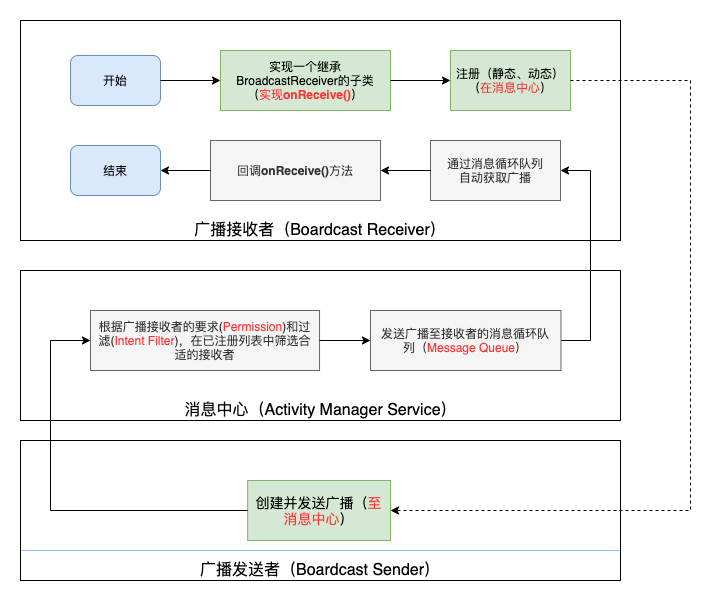
Above: BlogPictures/pictures/broadcast_receiver.png in Yunze-Li/BlogPictures (draw.io), before the change. Source tidied: cells renumbered, new cells last; positions are measured from the earlier drawing's top-left corner, leaving out a move shared by most shapes. Source of this version:
```xml
<mxGraphModel>
  <root>
    <mxCell id="0" />
    <mxCell id="1" parent="0" />
    <mxCell id="2" style="group;" parent="1" vertex="1">
      <mxGeometry width="670" height="560" as="geometry" />
    </mxCell>
    <mxCell id="3" style="rounded=0;whiteSpace=wrap;html=1;strokeWidth=1;fontSize=20;align=left;fillColor=none;" parent="2" vertex="1">
      <mxGeometry width="600" height="220" as="geometry" />
    </mxCell>
    <mxCell id="4" value="开始" style="rounded=1;whiteSpace=wrap;html=1;fillColor=#dae8fc;strokeColor=#6c8ebf;" parent="2" vertex="1">
      <mxGeometry x="50" y="35" width="90" height="50" as="geometry" />
    </mxCell>
    <mxCell id="5" value="实现一个继承BroadcastReceiver的子类（&lt;font color=&quot;#ff3333&quot;&gt;实现&lt;b&gt;onReceive()&lt;/b&gt;&lt;/font&gt;）" style="rounded=0;whiteSpace=wrap;html=1;spacingLeft=5;spacingRight=5;fillColor=#d5e8d4;strokeColor=#82b366;" parent="2" vertex="1">
      <mxGeometry x="200" y="30" width="170" height="60" as="geometry" />
    </mxCell>
    <mxCell id="6" style="edgeStyle=orthogonalEdgeStyle;rounded=0;jettySize=auto;html=1;fontSize=16;fontColor=#009900;" parent="2" edge="1" source="4" target="5">
      <mxGeometry x="-20" y="-10" as="geometry" />
    </mxCell>
    <mxCell id="7" value="注册（静态、动态）（&lt;font color=&quot;#ff3333&quot;&gt;在消息中心&lt;/font&gt;）" style="rounded=0;whiteSpace=wrap;html=1;spacingLeft=5;spacingRight=5;fillColor=#d5e8d4;strokeColor=#82b366;" parent="2" vertex="1">
      <mxGeometry x="430" y="30" width="120" height="60" as="geometry" />
    </mxCell>
    <mxCell id="8" style="edgeStyle=orthogonalEdgeStyle;rounded=0;jettySize=auto;html=1;fontSize=16;fontColor=#009900;" parent="2" edge="1" source="5" target="7">
      <mxGeometry x="-20" y="-10" as="geometry" />
    </mxCell>
    <mxCell id="9" value="通过消息循环队列自动获取广播" style="rounded=0;whiteSpace=wrap;html=1;spacingLeft=15;spacingRight=15;fillColor=#f5f5f5;strokeColor=#666666;fontColor=#333333;fontSize=12;" parent="2" vertex="1">
      <mxGeometry x="410" y="120" width="130" height="60" as="geometry" />
    </mxCell>
    <mxCell id="10" value="回调&lt;b&gt;onReceive()&lt;/b&gt;方法" style="rounded=0;whiteSpace=wrap;html=1;spacingLeft=15;spacingRight=15;fillColor=#f5f5f5;strokeColor=#666666;fontColor=#333333;fontSize=12;" parent="2" vertex="1">
      <mxGeometry x="190" y="120" width="170" height="60" as="geometry" />
    </mxCell>
    <mxCell id="11" style="edgeStyle=orthogonalEdgeStyle;rounded=0;jettySize=auto;html=1;fontSize=12;fontColor=#009900;" parent="2" edge="1" source="9" target="10">
      <mxGeometry relative="1" as="geometry" />
    </mxCell>
    <mxCell id="12" value="结束" style="rounded=1;whiteSpace=wrap;html=1;fillColor=#dae8fc;strokeColor=#6c8ebf;" parent="2" vertex="1">
      <mxGeometry x="50" y="125" width="90" height="50" as="geometry" />
    </mxCell>
    <mxCell id="13" style="edgeStyle=orthogonalEdgeStyle;rounded=0;jettySize=auto;html=1;fontSize=12;fontColor=#009900;" parent="2" edge="1" source="10" target="12">
      <mxGeometry relative="1" as="geometry" />
    </mxCell>
    <mxCell id="14" value="&lt;span style=&quot;font-size: 16px;&quot;&gt;广播接收者（Boardcast Receiver）&lt;/span&gt;" style="text;html=1;strokeColor=none;fillColor=none;align=center;verticalAlign=middle;whiteSpace=wrap;rounded=0;fontSize=16;" parent="2" vertex="1">
      <mxGeometry x="150" y="200" width="300" height="20" as="geometry" />
    </mxCell>
    <mxCell id="15" style="group;dashed=1;dashPattern=1 1;strokeColor=#007FFF;" parent="2" vertex="1">
      <mxGeometry y="420" width="600" height="110" as="geometry" />
    </mxCell>
    <mxCell id="16" style="rounded=0;whiteSpace=wrap;html=1;strokeWidth=1;fillColor=none;fontSize=20;align=left;" parent="2" vertex="1">
      <mxGeometry y="250" width="600" height="150" as="geometry" />
    </mxCell>
    <mxCell id="17" value="&lt;font style=&quot;font-size: 16px;&quot;&gt;消息中心（Activity Manager Service）&lt;/font&gt;" style="text;html=1;strokeColor=none;fillColor=none;align=center;verticalAlign=middle;whiteSpace=wrap;rounded=0;fontSize=16;" parent="2" vertex="1">
      <mxGeometry x="152.7" y="380" width="294.5" height="20" as="geometry" />
    </mxCell>
    <mxCell id="18" value="根据广播接收者的要求(&lt;font color=&quot;#ff3333&quot;&gt;Permission&lt;/font&gt;)和过滤(&lt;font color=&quot;#ff3333&quot;&gt;Intent Filter&lt;/font&gt;)，在已注册列表中筛选合适的接收者" style="rounded=0;whiteSpace=wrap;html=1;spacingLeft=5;spacingRight=5;fillColor=#f5f5f5;strokeColor=#666666;fontColor=#333333;" parent="2" vertex="1">
      <mxGeometry x="70" y="290" width="229.1" height="60" as="geometry" />
    </mxCell>
    <mxCell id="19" style="edgeStyle=orthogonalEdgeStyle;rounded=0;jettySize=auto;html=1;entryX=1;entryY=0.5;entryDx=0;entryDy=0;fontSize=12;fontColor=#009900;" parent="2" edge="1" source="20" target="9">
      <mxGeometry relative="1" as="geometry">
        <Array as="points">
          <mxPoint x="570" y="320" />
          <mxPoint x="570" y="150" />
        </Array>
      </mxGeometry>
    </mxCell>
    <mxCell id="20" value="发送广播至接收者的消息循环队列（&lt;font color=&quot;#ff3333&quot;&gt;Message Queue&lt;/font&gt;）" style="rounded=0;whiteSpace=wrap;html=1;spacingLeft=5;spacingRight=5;fillColor=#f5f5f5;strokeColor=#666666;fontColor=#333333;fontSize=12;" parent="2" vertex="1">
      <mxGeometry x="350" y="290" width="190.5" height="60" as="geometry" />
    </mxCell>
    <mxCell id="21" style="edgeStyle=orthogonalEdgeStyle;rounded=0;jettySize=auto;html=1;exitX=1;exitY=0.5;exitDx=0;exitDy=0;entryX=0;entryY=0.5;entryDx=0;entryDy=0;fontSize=12;fontColor=#009900;" parent="2" edge="1" source="18" target="20">
      <mxGeometry y="250" as="geometry" />
    </mxCell>
    <mxCell id="22" style="rounded=0;whiteSpace=wrap;html=1;strokeWidth=1;fillColor=none;fontSize=20;align=left;" parent="2" vertex="1">
      <mxGeometry y="420" width="600" height="140" as="geometry" />
    </mxCell>
    <mxCell id="23" value="&lt;font style=&quot;font-size: 16px;&quot;&gt;广播发送者（Boardcast Sender）&lt;/font&gt;" style="text;html=1;strokeColor=none;fillColor=none;align=center;verticalAlign=middle;whiteSpace=wrap;rounded=0;fontSize=16;" parent="2" vertex="1">
      <mxGeometry x="155.2" y="540" width="289.5" height="20" as="geometry" />
    </mxCell>
    <mxCell id="24" value="创建并发送广播（&lt;font color=&quot;#ff3333&quot; style=&quot;font-size: 14px;&quot;&gt;至消息中心&lt;/font&gt;）" style="rounded=0;whiteSpace=wrap;html=1;spacingLeft=5;spacingRight=5;fillColor=#d5e8d4;strokeColor=#82b366;fontSize=14;" parent="2" vertex="1">
      <mxGeometry x="227.1" y="460" width="142.9" height="60" as="geometry" />
    </mxCell>
    <mxCell id="25" style="edgeStyle=orthogonalEdgeStyle;rounded=0;jettySize=auto;html=1;fontSize=14;fontColor=#009900;dashed=1;entryX=1;entryY=0.5;entryDx=0;entryDy=0;" parent="2" edge="1" source="7" target="24">
      <mxGeometry relative="1" as="geometry">
        <Array as="points">
          <mxPoint x="670" y="60" />
          <mxPoint x="670" y="490" />
        </Array>
      </mxGeometry>
    </mxCell>
    <mxCell id="26" style="edgeStyle=orthogonalEdgeStyle;rounded=0;jettySize=auto;html=1;entryX=0;entryY=0.5;entryDx=0;entryDy=0;fontSize=12;fontColor=#009900;exitX=0;exitY=0.5;exitDx=0;exitDy=0;" parent="2" edge="1" source="24" target="18">
      <mxGeometry x="-20" y="-10" as="geometry">
        <Array as="points">
          <mxPoint x="30" y="490" />
          <mxPoint x="30" y="320" />
        </Array>
      </mxGeometry>
    </mxCell>
  </root>
</mxGraphModel>
```
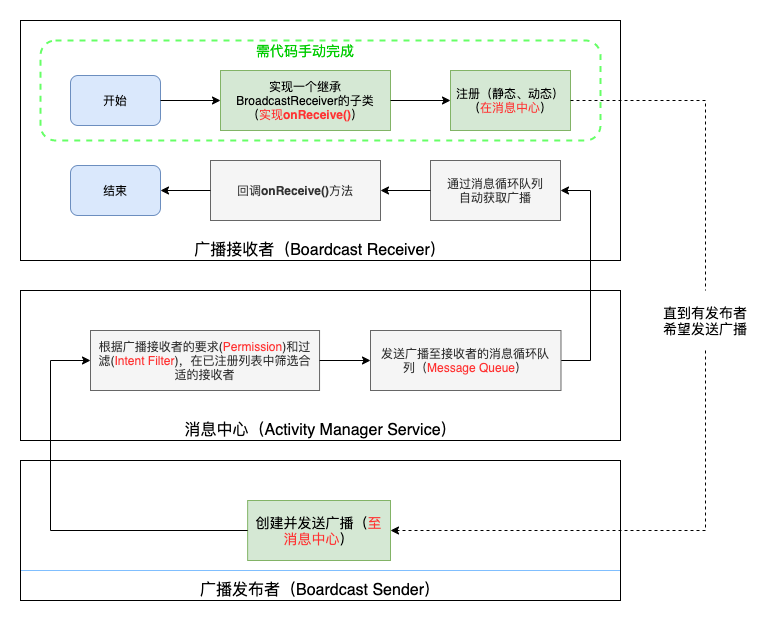
Later version of the same file.

Commit message:
update broadcast receiver image

Change to the diagram source:
```diff
@@ -3,94 +3,105 @@
     <mxCell id="0" />
     <mxCell id="1" parent="0" />
     <mxCell id="2" style="group;" parent="1" vertex="1">
-      <mxGeometry width="670" height="560" as="geometry" />
+      <mxGeometry width="730" height="580" as="geometry" />
     </mxCell>
     <mxCell id="3" style="rounded=0;whiteSpace=wrap;html=1;strokeWidth=1;fontSize=20;align=left;fillColor=none;" parent="2" vertex="1">
-      <mxGeometry width="600" height="220" as="geometry" />
+      <mxGeometry width="600" height="240" as="geometry" />
     </mxCell>
     <mxCell id="4" value="开始" style="rounded=1;whiteSpace=wrap;html=1;fillColor=#dae8fc;strokeColor=#6c8ebf;" parent="2" vertex="1">
-      <mxGeometry x="50" y="35" width="90" height="50" as="geometry" />
+      <mxGeometry x="50" y="55" width="90" height="50" as="geometry" />
     </mxCell>
     <mxCell id="5" value="实现一个继承BroadcastReceiver的子类（&lt;font color=&quot;#ff3333&quot;&gt;实现&lt;b&gt;onReceive()&lt;/b&gt;&lt;/font&gt;）" style="rounded=0;whiteSpace=wrap;html=1;spacingLeft=5;spacingRight=5;fillColor=#d5e8d4;strokeColor=#82b366;" parent="2" vertex="1">
-      <mxGeometry x="200" y="30" width="170" height="60" as="geometry" />
+      <mxGeometry x="200" y="50" width="170" height="60" as="geometry" />
     </mxCell>
     <mxCell id="6" style="edgeStyle=orthogonalEdgeStyle;rounded=0;jettySize=auto;html=1;fontSize=16;fontColor=#009900;" parent="2" edge="1" source="4" target="5">
-      <mxGeometry x="-20" y="-10" as="geometry" />
+      <mxGeometry x="-20" y="10" as="geometry" />
     </mxCell>
     <mxCell id="7" value="注册（静态、动态）（&lt;font color=&quot;#ff3333&quot;&gt;在消息中心&lt;/font&gt;）" style="rounded=0;whiteSpace=wrap;html=1;spacingLeft=5;spacingRight=5;fillColor=#d5e8d4;strokeColor=#82b366;" parent="2" vertex="1">
-      <mxGeometry x="430" y="30" width="120" height="60" as="geometry" />
+      <mxGeometry x="430" y="50" width="120" height="60" as="geometry" />
     </mxCell>
     <mxCell id="8" style="edgeStyle=orthogonalEdgeStyle;rounded=0;jettySize=auto;html=1;fontSize=16;fontColor=#009900;" parent="2" edge="1" source="5" target="7">
-      <mxGeometry x="-20" y="-10" as="geometry" />
+      <mxGeometry x="-20" y="10" as="geometry" />
     </mxCell>
     <mxCell id="9" value="通过消息循环队列自动获取广播" style="rounded=0;whiteSpace=wrap;html=1;spacingLeft=15;spacingRight=15;fillColor=#f5f5f5;strokeColor=#666666;fontColor=#333333;fontSize=12;" parent="2" vertex="1">
-      <mxGeometry x="410" y="120" width="130" height="60" as="geometry" />
+      <mxGeometry x="410" y="140" width="130" height="60" as="geometry" />
     </mxCell>
     <mxCell id="10" value="回调&lt;b&gt;onReceive()&lt;/b&gt;方法" style="rounded=0;whiteSpace=wrap;html=1;spacingLeft=15;spacingRight=15;fillColor=#f5f5f5;strokeColor=#666666;fontColor=#333333;fontSize=12;" parent="2" vertex="1">
-      <mxGeometry x="190" y="120" width="170" height="60" as="geometry" />
+      <mxGeometry x="190" y="140" width="170" height="60" as="geometry" />
     </mxCell>
     <mxCell id="11" style="edgeStyle=orthogonalEdgeStyle;rounded=0;jettySize=auto;html=1;fontSize=12;fontColor=#009900;" parent="2" edge="1" source="9" target="10">
-      <mxGeometry relative="1" as="geometry" />
+      <mxGeometry y="20" as="geometry" />
     </mxCell>
     <mxCell id="12" value="结束" style="rounded=1;whiteSpace=wrap;html=1;fillColor=#dae8fc;strokeColor=#6c8ebf;" parent="2" vertex="1">
-      <mxGeometry x="50" y="125" width="90" height="50" as="geometry" />
+      <mxGeometry x="50" y="145" width="90" height="50" as="geometry" />
     </mxCell>
     <mxCell id="13" style="edgeStyle=orthogonalEdgeStyle;rounded=0;jettySize=auto;html=1;fontSize=12;fontColor=#009900;" parent="2" edge="1" source="10" target="12">
-      <mxGeometry relative="1" as="geometry" />
+      <mxGeometry y="20" as="geometry" />
     </mxCell>
     <mxCell id="14" value="&lt;span style=&quot;font-size: 16px;&quot;&gt;广播接收者（Boardcast Receiver）&lt;/span&gt;" style="text;html=1;strokeColor=none;fillColor=none;align=center;verticalAlign=middle;whiteSpace=wrap;rounded=0;fontSize=16;" parent="2" vertex="1">
-      <mxGeometry x="150" y="200" width="300" height="20" as="geometry" />
+      <mxGeometry x="150" y="220" width="300" height="20" as="geometry" />
     </mxCell>
     <mxCell id="15" style="group;dashed=1;dashPattern=1 1;strokeColor=#007FFF;" parent="2" vertex="1">
-      <mxGeometry y="420" width="600" height="110" as="geometry" />
+      <mxGeometry y="440" width="600" height="110" as="geometry" />
     </mxCell>
     <mxCell id="16" style="rounded=0;whiteSpace=wrap;html=1;strokeWidth=1;fillColor=none;fontSize=20;align=left;" parent="2" vertex="1">
-      <mxGeometry y="250" width="600" height="150" as="geometry" />
+      <mxGeometry y="270" width="600" height="150" as="geometry" />
     </mxCell>
     <mxCell id="17" value="&lt;font style=&quot;font-size: 16px;&quot;&gt;消息中心（Activity Manager Service）&lt;/font&gt;" style="text;html=1;strokeColor=none;fillColor=none;align=center;verticalAlign=middle;whiteSpace=wrap;rounded=0;fontSize=16;" parent="2" vertex="1">
-      <mxGeometry x="152.7" y="380" width="294.5" height="20" as="geometry" />
+      <mxGeometry x="152.7" y="400" width="294.5" height="20" as="geometry" />
     </mxCell>
     <mxCell id="18" value="根据广播接收者的要求(&lt;font color=&quot;#ff3333&quot;&gt;Permission&lt;/font&gt;)和过滤(&lt;font color=&quot;#ff3333&quot;&gt;Intent Filter&lt;/font&gt;)，在已注册列表中筛选合适的接收者" style="rounded=0;whiteSpace=wrap;html=1;spacingLeft=5;spacingRight=5;fillColor=#f5f5f5;strokeColor=#666666;fontColor=#333333;" parent="2" vertex="1">
-      <mxGeometry x="70" y="290" width="229.1" height="60" as="geometry" />
+      <mxGeometry x="70" y="310" width="229.1" height="60" as="geometry" />
     </mxCell>
     <mxCell id="19" style="edgeStyle=orthogonalEdgeStyle;rounded=0;jettySize=auto;html=1;entryX=1;entryY=0.5;entryDx=0;entryDy=0;fontSize=12;fontColor=#009900;" parent="2" edge="1" source="20" target="9">
-      <mxGeometry relative="1" as="geometry">
+      <mxGeometry y="20" as="geometry">
         <Array as="points">
-          <mxPoint x="570" y="320" />
-          <mxPoint x="570" y="150" />
+          <mxPoint x="570" y="340" />
+          <mxPoint x="570" y="170" />
         </Array>
       </mxGeometry>
     </mxCell>
     <mxCell id="20" value="发送广播至接收者的消息循环队列（&lt;font color=&quot;#ff3333&quot;&gt;Message Queue&lt;/font&gt;）" style="rounded=0;whiteSpace=wrap;html=1;spacingLeft=5;spacingRight=5;fillColor=#f5f5f5;strokeColor=#666666;fontColor=#333333;fontSize=12;" parent="2" vertex="1">
-      <mxGeometry x="350" y="290" width="190.5" height="60" as="geometry" />
+      <mxGeometry x="350" y="310" width="190.5" height="60" as="geometry" />
     </mxCell>
     <mxCell id="21" style="edgeStyle=orthogonalEdgeStyle;rounded=0;jettySize=auto;html=1;exitX=1;exitY=0.5;exitDx=0;exitDy=0;entryX=0;entryY=0.5;entryDx=0;entryDy=0;fontSize=12;fontColor=#009900;" parent="2" edge="1" source="18" target="20">
-      <mxGeometry y="250" as="geometry" />
+      <mxGeometry y="270" as="geometry" />
     </mxCell>
     <mxCell id="22" style="rounded=0;whiteSpace=wrap;html=1;strokeWidth=1;fillColor=none;fontSize=20;align=left;" parent="2" vertex="1">
-      <mxGeometry y="420" width="600" height="140" as="geometry" />
+      <mxGeometry y="440" width="600" height="140" as="geometry" />
     </mxCell>
-    <mxCell id="23" value="&lt;font style=&quot;font-size: 16px;&quot;&gt;广播发送者（Boardcast Sender）&lt;/font&gt;" style="text;html=1;strokeColor=none;fillColor=none;align=center;verticalAlign=middle;whiteSpace=wrap;rounded=0;fontSize=16;" parent="2" vertex="1">
-      <mxGeometry x="155.2" y="540" width="289.5" height="20" as="geometry" />
+    <mxCell id="23" value="&lt;font style=&quot;font-size: 16px&quot;&gt;广播发布者（Boardcast Sender）&lt;/font&gt;" style="text;html=1;strokeColor=none;fillColor=none;align=center;verticalAlign=middle;whiteSpace=wrap;rounded=0;fontSize=16;" parent="2" vertex="1">
+      <mxGeometry x="155.2" y="560" width="289.5" height="20" as="geometry" />
     </mxCell>
     <mxCell id="24" value="创建并发送广播（&lt;font color=&quot;#ff3333&quot; style=&quot;font-size: 14px;&quot;&gt;至消息中心&lt;/font&gt;）" style="rounded=0;whiteSpace=wrap;html=1;spacingLeft=5;spacingRight=5;fillColor=#d5e8d4;strokeColor=#82b366;fontSize=14;" parent="2" vertex="1">
-      <mxGeometry x="227.1" y="460" width="142.9" height="60" as="geometry" />
+      <mxGeometry x="227.1" y="480" width="142.9" height="60" as="geometry" />
     </mxCell>
-    <mxCell id="25" style="edgeStyle=orthogonalEdgeStyle;rounded=0;jettySize=auto;html=1;fontSize=14;fontColor=#009900;dashed=1;entryX=1;entryY=0.5;entryDx=0;entryDy=0;" parent="2" edge="1" source="7" target="24">
-      <mxGeometry relative="1" as="geometry">
+    <mxCell id="25" style="edgeStyle=orthogonalEdgeStyle;rounded=0;jettySize=auto;html=1;entryX=0;entryY=0.5;entryDx=0;entryDy=0;fontSize=12;fontColor=#009900;exitX=0;exitY=0.5;exitDx=0;exitDy=0;" parent="2" edge="1" source="24" target="18">
+      <mxGeometry x="-20" y="10" as="geometry">
         <Array as="points">
-          <mxPoint x="670" y="60" />
-          <mxPoint x="670" y="490" />
+          <mxPoint x="30" y="510" />
+          <mxPoint x="30" y="340" />
         </Array>
       </mxGeometry>
     </mxCell>
-    <mxCell id="26" style="edgeStyle=orthogonalEdgeStyle;rounded=0;jettySize=auto;html=1;entryX=0;entryY=0.5;entryDx=0;entryDy=0;fontSize=12;fontColor=#009900;exitX=0;exitY=0.5;exitDx=0;exitDy=0;" parent="2" edge="1" source="24" target="18">
-      <mxGeometry x="-20" y="-10" as="geometry">
+    <mxCell id="26" style="edgeStyle=orthogonalEdgeStyle;rounded=0;jettySize=auto;html=1;entryX=1;entryY=0.5;entryDx=0;entryDy=0;dashed=1;endArrow=classic;endFill=1;fontSize=14;fontColor=#000000;" parent="2" edge="1" source="27" target="24">
+      <mxGeometry relative="1" as="geometry">
         <Array as="points">
-          <mxPoint x="30" y="490" />
-          <mxPoint x="30" y="320" />
+          <mxPoint x="685" y="510" />
         </Array>
       </mxGeometry>
     </mxCell>
+    <mxCell id="27" value="直到有发布者希望发送广播" style="text;html=1;strokeColor=none;fillColor=none;align=center;verticalAlign=middle;whiteSpace=wrap;rounded=0;fontSize=14;" parent="2" vertex="1">
+      <mxGeometry x="640" y="270" width="90" height="60" as="geometry" />
+    </mxCell>
+    <mxCell id="28" style="edgeStyle=orthogonalEdgeStyle;rounded=0;jettySize=auto;html=1;fontSize=14;fontColor=#000000;endArrow=none;endFill=0;dashed=1;" parent="2" edge="1" source="7" target="27">
+      <mxGeometry relative="1" as="geometry" />
+    </mxCell>
+    <mxCell id="29" style="rounded=1;whiteSpace=wrap;html=1;strokeWidth=2;fillColor=none;fontSize=14;align=center;dashed=1;strokeColor=#66FF66;fontColor=#00CC00;" parent="2" vertex="1">
+      <mxGeometry x="20" y="20" width="560" height="100" as="geometry" />
+    </mxCell>
+    <mxCell id="30" value="需代码手动完成" style="text;html=1;strokeColor=none;fillColor=none;align=center;verticalAlign=middle;whiteSpace=wrap;rounded=0;fontSize=14;fontColor=#00CC00;" parent="2" vertex="1">
+      <mxGeometry x="215" y="20" width="140" height="20" as="geometry" />
+    </mxCell>
   </root>
 </mxGraphModel>
```
